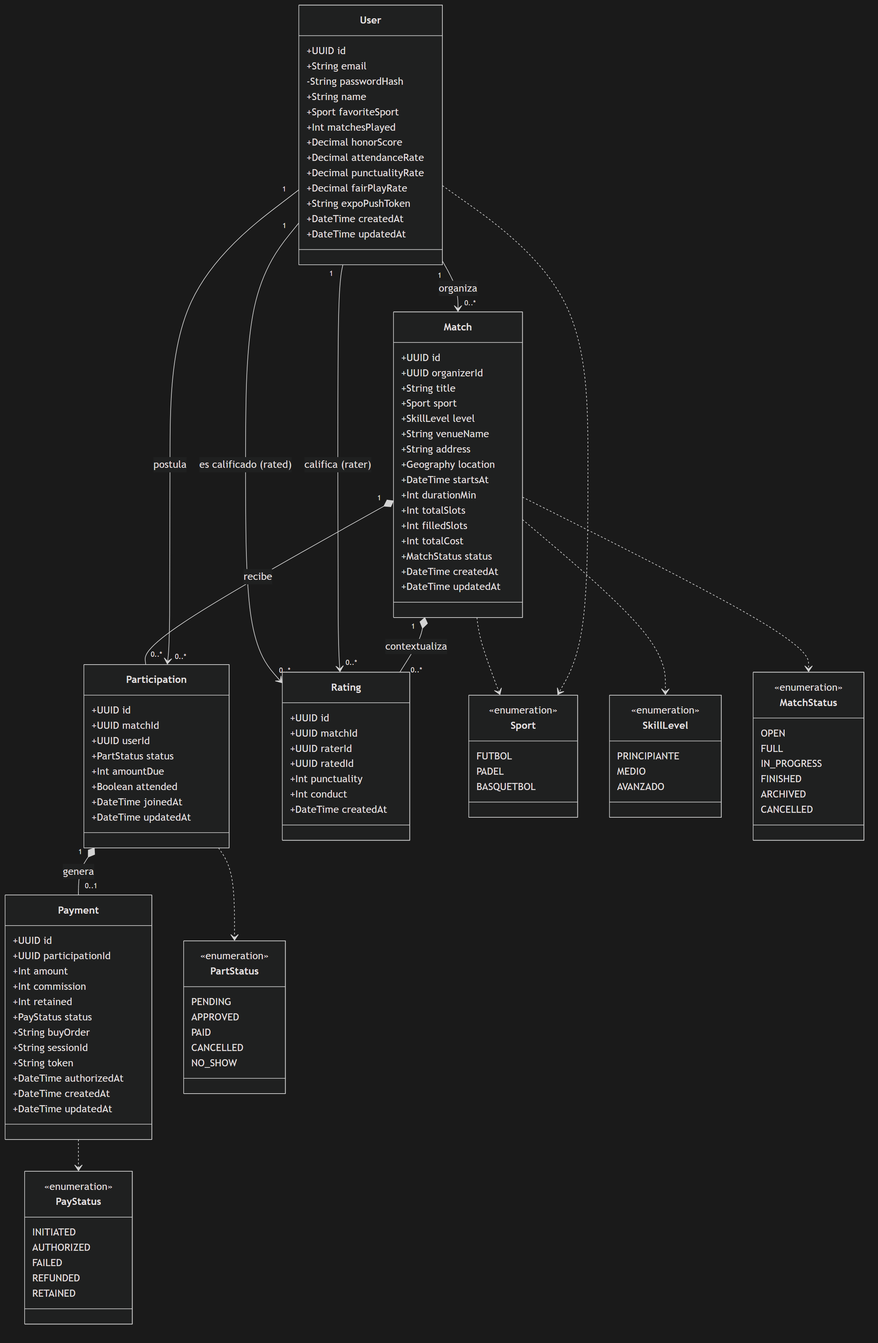
Earlier version of the Mermaid export fase-2-desarrollo/docs/diagramas/clases-dominio.png (avenaaaa/KANCHA). Its source is kept beside it as fase-2-desarrollo/docs/diagramas/clases-dominio.mmd.
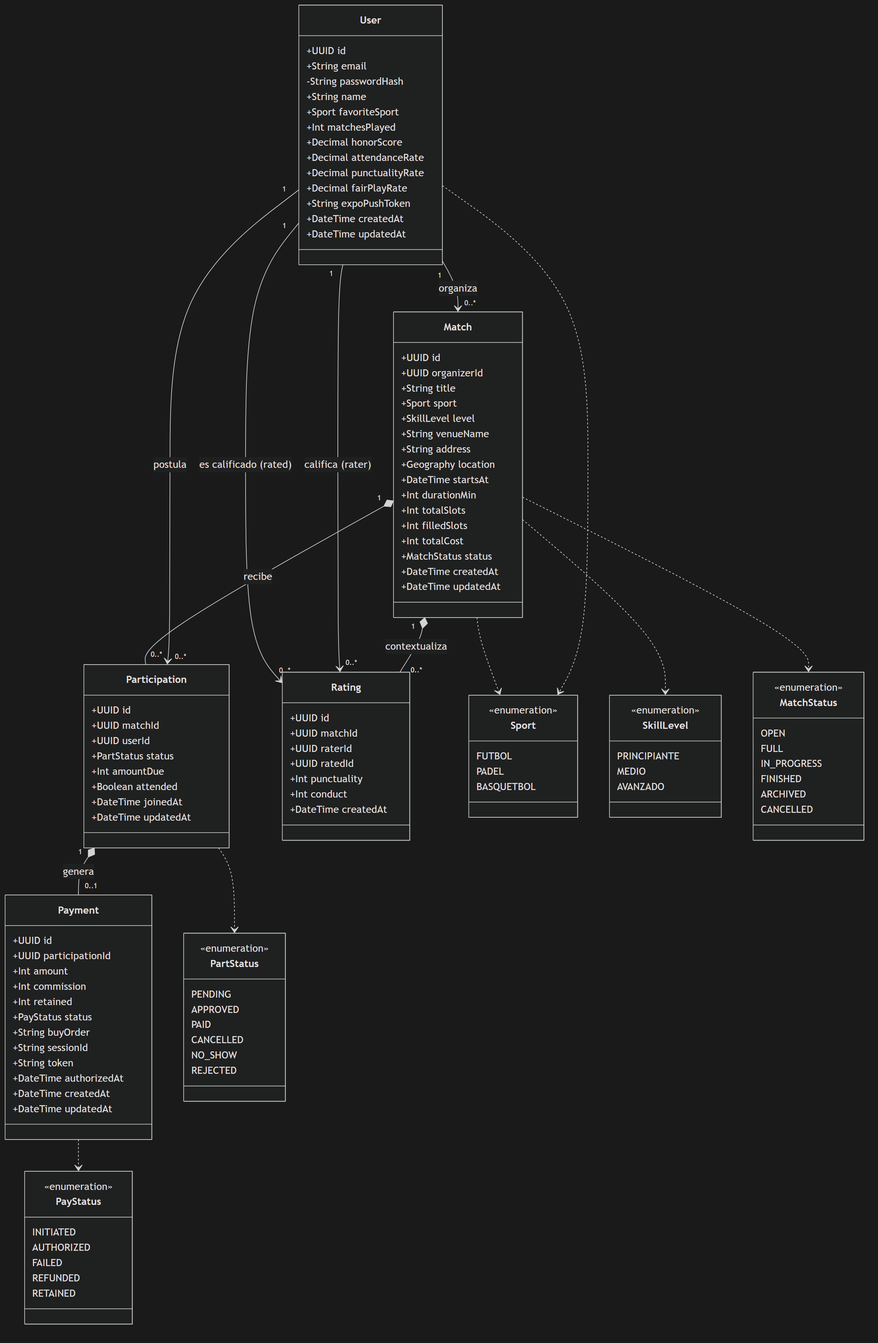
After the change.

Diff of the diagram source:
```diff
@@ -103,6 +103,7 @@
         PAID
         CANCELLED
         NO_SHOW
+        REJECTED
     }
 
     class PayStatus {
```
